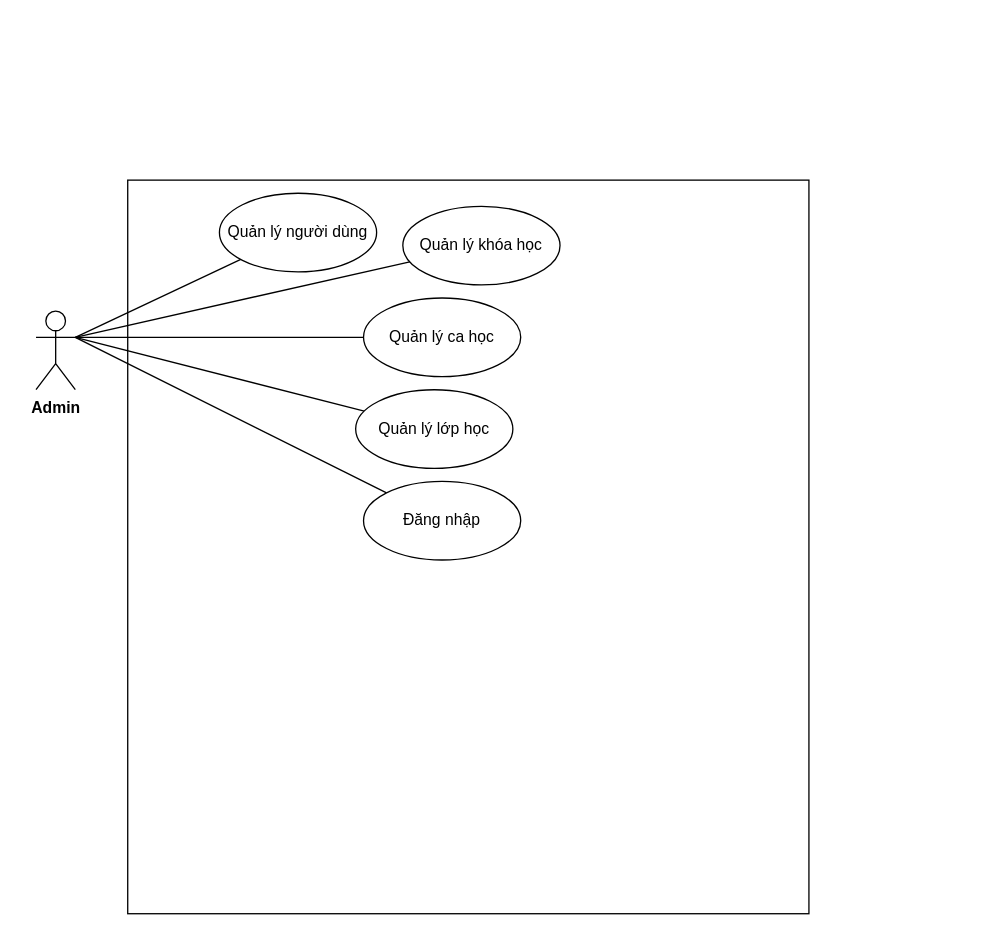
dctuyen/myFinalYearProject keeps this draw.io diagram as usecase.drawio. Above is the earlier version. Source tidied: cells renumbered, new cells numbered last; positions are measured from the earlier drawing's top-left corner, leaving out a move shared by most shapes. Both pictures are drawn from the tidied source at 131%, with x=0, y=0 at pixel (35, 179).
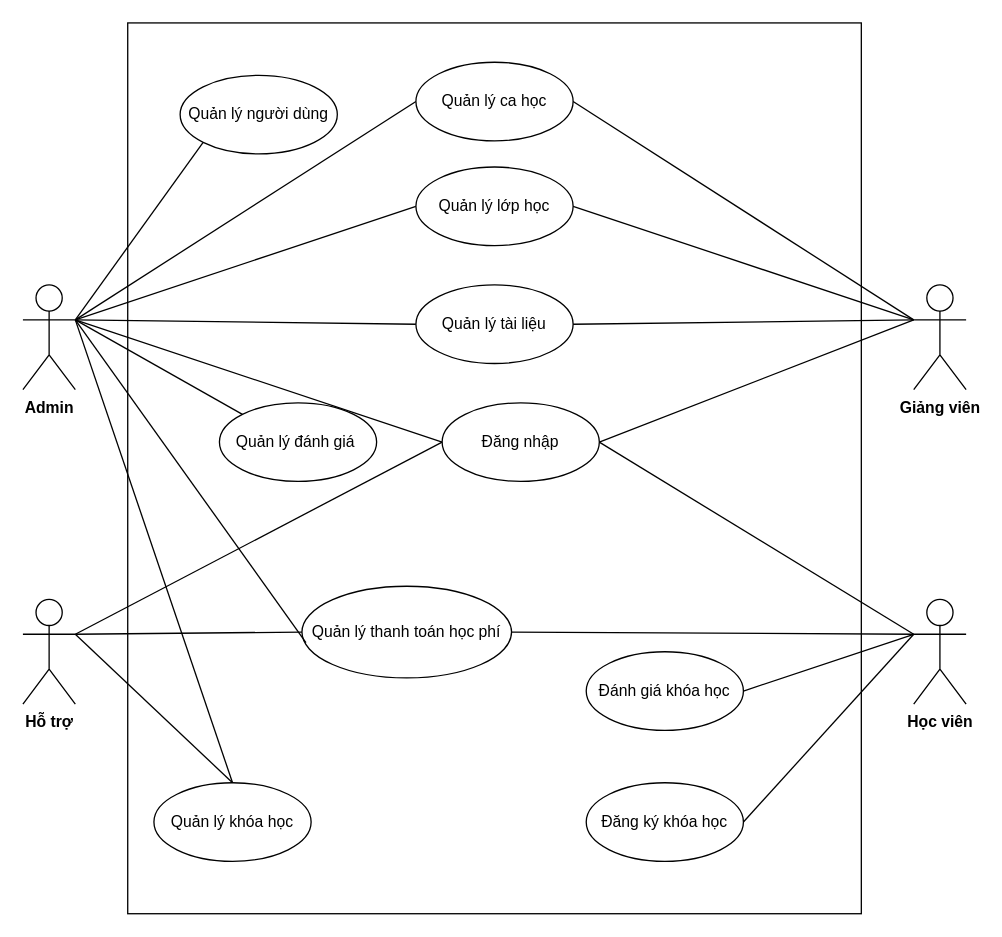
Above is the later version.

Commit message (it also covers changes not shown here):
Cập nhật usecase.drawio

Diff of the diagram source:
```diff
@@
     <mxCell id="2" style="rounded=0;whiteSpace=wrap;html=1;gradientColor=none;" parent="1" vertex="1">
-      <mxGeometry x="70" width="520" height="560" as="geometry" />
+      <mxGeometry x="70" y="-120" width="560" height="680" as="geometry" />
     </mxCell>
-    <mxCell id="3" style="rounded=1;jettySize=auto;html=1;endArrow=none;endFill=0;exitX=1;exitY=0.3333333333333333;exitDx=0;exitDy=0;exitPerimeter=0;" parent="1" edge="1" source="4" target="5">
+    <mxCell id="3" style="rounded=1;jettySize=auto;html=1;endArrow=none;endFill=0;exitX=1;exitY=0.3333333333333333;exitDx=0;exitDy=0;exitPerimeter=0;entryX=0;entryY=1;entryDx=0;entryDy=0;" parent="1" edge="1" source="4" target="5">
       <mxGeometry relative="1" as="geometry" />
     </mxCell>
     <mxCell id="4" value="&lt;b&gt;Admin&lt;/b&gt;" style="shape=umlActor;verticalLabelPosition=bottom;verticalAlign=top;html=1;outlineConnect=0;" parent="1" vertex="1">
-      <mxGeometry y="100" width="30" height="60" as="geometry" />
+      <mxGeometry x="-10" y="80" width="40" height="80" as="geometry" />
     </mxCell>
     <mxCell id="5" value="Quản lý người dùng" style="ellipse;whiteSpace=wrap;html=1;verticalAlign=middle;" parent="1" vertex="1">
-      <mxGeometry x="140" y="10" width="120" height="60" as="geometry" />
+      <mxGeometry x="110" y="-80" width="120" height="60" as="geometry" />
     </mxCell>
-    <mxCell id="6" style="rounded=1;jettySize=auto;html=1;endArrow=none;endFill=0;exitX=1;exitY=0.3333333333333333;exitDx=0;exitDy=0;exitPerimeter=0;" parent="1" edge="1" source="4" target="7">
+    <mxCell id="6" style="rounded=1;jettySize=auto;html=1;endArrow=none;endFill=0;exitX=1;exitY=0.3333333333333333;exitDx=0;exitDy=0;exitPerimeter=0;entryX=0;entryY=0.5;entryDx=0;entryDy=0;" parent="1" edge="1" source="4" target="7">
       <mxGeometry relative="1" as="geometry" />
     </mxCell>
     <mxCell id="7" value="Đăng nhập" style="ellipse;whiteSpace=wrap;html=1;verticalAlign=middle;" parent="1" vertex="1">
-      <mxGeometry x="250" y="230" width="120" height="60" as="geometry" />
+      <mxGeometry x="310" y="170" width="120" height="60" as="geometry" />
     </mxCell>
-    <mxCell id="8" style="rounded=1;jettySize=auto;html=1;endArrow=none;endFill=0;exitX=1;exitY=0.3333333333333333;exitDx=0;exitDy=0;exitPerimeter=0;" parent="1" edge="1" source="4" target="9">
+    <mxCell id="8" style="rounded=1;jettySize=auto;html=1;endArrow=none;endFill=0;exitX=1;exitY=0.3333333333333333;exitDx=0;exitDy=0;exitPerimeter=0;entryX=0.5;entryY=0;entryDx=0;entryDy=0;" parent="1" edge="1" source="4" target="9">
       <mxGeometry relative="1" as="geometry" />
     </mxCell>
     <mxCell id="9" value="Quản lý khóa học" style="ellipse;whiteSpace=wrap;html=1;verticalAlign=middle;" parent="1" vertex="1">
-      <mxGeometry x="280" y="20" width="120" height="60" as="geometry" />
+      <mxGeometry x="90" y="460" width="120" height="60" as="geometry" />
     </mxCell>
-    <mxCell id="10" style="rounded=1;jettySize=auto;html=1;endArrow=none;endFill=0;exitX=1;exitY=0.3333333333333333;exitDx=0;exitDy=0;exitPerimeter=0;" parent="1" edge="1" source="4" target="11">
+    <mxCell id="10" style="rounded=1;jettySize=auto;html=1;endArrow=none;endFill=0;exitX=1;exitY=0.3333333333333333;exitDx=0;exitDy=0;exitPerimeter=0;entryX=0;entryY=0.5;entryDx=0;entryDy=0;" parent="1" edge="1" source="4" target="11">
       <mxGeometry relative="1" as="geometry" />
     </mxCell>
     <mxCell id="11" value="Quản lý ca học" style="ellipse;whiteSpace=wrap;html=1;verticalAlign=middle;" parent="1" vertex="1">
-      <mxGeometry x="250" y="90" width="120" height="60" as="geometry" />
+      <mxGeometry x="290" y="-90" width="120" height="60" as="geometry" />
     </mxCell>
-    <mxCell id="12" style="rounded=1;jettySize=auto;html=1;endArrow=none;endFill=0;" parent="1" edge="1" target="13">
-      <mxGeometry relative="1" as="geometry">
-        <mxPoint x="30" y="120" as="sourcePoint" />
-      </mxGeometry>
+    <mxCell id="12" style="rounded=1;jettySize=auto;html=1;endArrow=none;endFill=0;entryX=0;entryY=0.5;entryDx=0;entryDy=0;exitX=1;exitY=0.3333333333333333;exitDx=0;exitDy=0;exitPerimeter=0;" parent="1" edge="1" source="4" target="13">
+      <mxGeometry relative="1" as="geometry" />
     </mxCell>
     <mxCell id="13" value="Quản lý lớp học" style="ellipse;whiteSpace=wrap;html=1;verticalAlign=middle;" parent="1" vertex="1">
-      <mxGeometry x="244" y="160" width="120" height="60" as="geometry" />
+      <mxGeometry x="290" y="-10" width="120" height="60" as="geometry" />
     </mxCell>
+    <mxCell id="14" style="edgeStyle=none;rounded=1;jettySize=auto;html=1;endArrow=none;endFill=0;exitX=0;exitY=0.3333333333333333;exitDx=0;exitDy=0;exitPerimeter=0;entryX=1;entryY=0.5;entryDx=0;entryDy=0;" parent="1" edge="1" source="15" target="13">
+      <mxGeometry relative="1" as="geometry" />
+    </mxCell>
+    <mxCell id="15" value="&lt;b&gt;Giảng viên&lt;/b&gt;" style="shape=umlActor;verticalLabelPosition=bottom;verticalAlign=top;html=1;outlineConnect=0;gradientColor=none;" parent="1" vertex="1">
+      <mxGeometry x="670" y="80" width="40" height="80" as="geometry" />
+    </mxCell>
+    <mxCell id="16" style="edgeStyle=none;rounded=1;jettySize=auto;html=1;endArrow=none;endFill=0;exitX=0;exitY=0.3333333333333333;exitDx=0;exitDy=0;exitPerimeter=0;entryX=1;entryY=0.5;entryDx=0;entryDy=0;" parent="1" edge="1" source="15" target="7">
+      <mxGeometry relative="1" as="geometry" />
+    </mxCell>
+    <mxCell id="17" style="edgeStyle=none;rounded=1;jettySize=auto;html=1;endArrow=none;endFill=0;entryX=1;entryY=0.5;entryDx=0;entryDy=0;exitX=0;exitY=0.3333333333333333;exitDx=0;exitDy=0;exitPerimeter=0;" parent="1" edge="1" source="15" target="11">
+      <mxGeometry relative="1" as="geometry" />
+    </mxCell>
+    <mxCell id="18" value="Quản lý thanh toán học phí" style="ellipse;whiteSpace=wrap;html=1;verticalAlign=middle;" parent="1" vertex="1">
+      <mxGeometry x="203" y="310" width="160" height="70" as="geometry" />
+    </mxCell>
+    <mxCell id="19" style="rounded=1;jettySize=auto;html=1;endArrow=none;endFill=0;exitX=1;exitY=0.3333333333333333;exitDx=0;exitDy=0;exitPerimeter=0;entryX=0.019;entryY=0.614;entryDx=0;entryDy=0;entryPerimeter=0;" parent="1" edge="1" source="4" target="18">
+      <mxGeometry relative="1" as="geometry" />
+    </mxCell>
+    <mxCell id="20" value="&lt;b&gt;Hỗ trợ&lt;/b&gt;" style="shape=umlActor;verticalLabelPosition=bottom;verticalAlign=top;html=1;outlineConnect=0;" parent="1" vertex="1">
+      <mxGeometry x="-10" y="320" width="40" height="80" as="geometry" />
+    </mxCell>
+    <mxCell id="21" style="rounded=1;jettySize=auto;html=1;endArrow=none;endFill=0;exitX=1;exitY=0.3333333333333333;exitDx=0;exitDy=0;exitPerimeter=0;entryX=0.5;entryY=0;entryDx=0;entryDy=0;" parent="1" edge="1" source="20" target="9">
+      <mxGeometry relative="1" as="geometry" />
+    </mxCell>
+    <mxCell id="22" value="&lt;b&gt;Học viên&lt;/b&gt;" style="shape=umlActor;verticalLabelPosition=bottom;verticalAlign=top;html=1;outlineConnect=0;" parent="1" vertex="1">
+      <mxGeometry x="670" y="320" width="40" height="80" as="geometry" />
+    </mxCell>
+    <mxCell id="23" style="edgeStyle=none;rounded=1;jettySize=auto;html=1;endArrow=none;endFill=0;exitX=0;exitY=0.3333333333333333;exitDx=0;exitDy=0;exitPerimeter=0;entryX=1;entryY=0.5;entryDx=0;entryDy=0;" parent="1" edge="1" source="22" target="7">
+      <mxGeometry relative="1" as="geometry" />
+    </mxCell>
+    <mxCell id="24" value="Quản lý đánh giá&amp;nbsp;" style="ellipse;whiteSpace=wrap;html=1;verticalAlign=middle;" parent="1" vertex="1">
+      <mxGeometry x="140" y="170" width="120" height="60" as="geometry" />
+    </mxCell>
+    <mxCell id="25" style="rounded=1;jettySize=auto;html=1;endArrow=none;endFill=0;exitX=1;exitY=0.3333333333333333;exitDx=0;exitDy=0;exitPerimeter=0;entryX=0;entryY=0;entryDx=0;entryDy=0;" parent="1" edge="1" source="4" target="24">
+      <mxGeometry relative="1" as="geometry" />
+    </mxCell>
+    <mxCell id="26" style="rounded=1;jettySize=auto;html=1;endArrow=none;endFill=0;exitX=1;exitY=0.3333333333333333;exitDx=0;exitDy=0;exitPerimeter=0;entryX=0;entryY=0.5;entryDx=0;entryDy=0;" parent="1" edge="1" source="20" target="18">
+      <mxGeometry relative="1" as="geometry" />
+    </mxCell>
+    <mxCell id="27" value="Đăng ký khóa học" style="ellipse;whiteSpace=wrap;html=1;verticalAlign=middle;" parent="1" vertex="1">
+      <mxGeometry x="420" y="460" width="120" height="60" as="geometry" />
+    </mxCell>
+    <mxCell id="28" style="edgeStyle=none;rounded=1;jettySize=auto;html=1;endArrow=none;endFill=0;exitX=0;exitY=0.3333333333333333;exitDx=0;exitDy=0;exitPerimeter=0;entryX=1;entryY=0.5;entryDx=0;entryDy=0;" parent="1" edge="1" source="22" target="27">
+      <mxGeometry relative="1" as="geometry" />
+    </mxCell>
+    <mxCell id="29" style="edgeStyle=none;rounded=1;jettySize=auto;html=1;endArrow=none;endFill=0;exitX=0;exitY=0.3333333333333333;exitDx=0;exitDy=0;exitPerimeter=0;entryX=1;entryY=0.5;entryDx=0;entryDy=0;" parent="1" edge="1" source="22" target="18">
+      <mxGeometry relative="1" as="geometry" />
+    </mxCell>
+    <mxCell id="30" value="Đánh giá khóa học" style="ellipse;whiteSpace=wrap;html=1;verticalAlign=middle;" parent="1" vertex="1">
+      <mxGeometry x="420" y="360" width="120" height="60" as="geometry" />
+    </mxCell>
+    <mxCell id="31" style="edgeStyle=none;rounded=1;jettySize=auto;html=1;endArrow=none;endFill=0;exitX=0;exitY=0.3333333333333333;exitDx=0;exitDy=0;exitPerimeter=0;entryX=1;entryY=0.5;entryDx=0;entryDy=0;" parent="1" edge="1" source="22" target="30">
+      <mxGeometry relative="1" as="geometry" />
+    </mxCell>
+    <mxCell id="32" style="rounded=1;jettySize=auto;html=1;endArrow=none;endFill=0;entryX=0;entryY=0.5;entryDx=0;entryDy=0;exitX=1;exitY=0.3333333333333333;exitDx=0;exitDy=0;exitPerimeter=0;" parent="1" edge="1" source="4" target="33">
+      <mxGeometry relative="1" as="geometry" />
+    </mxCell>
+    <mxCell id="33" value="Quản lý tài liệu" style="ellipse;whiteSpace=wrap;html=1;verticalAlign=middle;" parent="1" vertex="1">
+      <mxGeometry x="290" y="80" width="120" height="60" as="geometry" />
+    </mxCell>
+    <mxCell id="34" style="edgeStyle=none;rounded=1;jettySize=auto;html=1;endArrow=none;endFill=0;exitX=0;exitY=0.3333333333333333;exitDx=0;exitDy=0;exitPerimeter=0;entryX=1;entryY=0.5;entryDx=0;entryDy=0;" parent="1" edge="1" source="15" target="33">
+      <mxGeometry relative="1" as="geometry" />
+    </mxCell>
+    <mxCell id="35" style="rounded=1;jettySize=auto;html=1;endArrow=none;endFill=0;exitX=1;exitY=0.3333333333333333;exitDx=0;exitDy=0;exitPerimeter=0;entryX=0;entryY=0.5;entryDx=0;entryDy=0;" parent="1" edge="1" source="20" target="7">
+      <mxGeometry relative="1" as="geometry" />
+    </mxCell>
```
